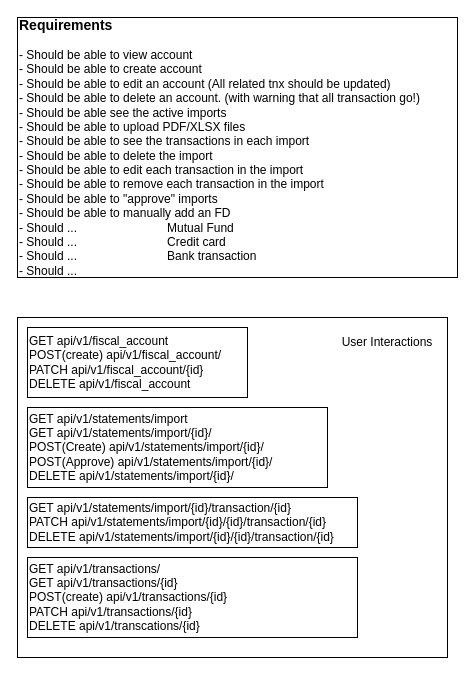
Above: docs/design/endpoints.drawio in financial-footprints/NetworthHTTP (draw.io), before the change. Source tidied: cells renumbered, new cells numbered last; positions are measured from the earlier drawing's top-left corner, leaving out a move shared by most shapes. Both pictures are drawn from the tidied source at 100%, with x=0, y=0 at pixel (17, 17).
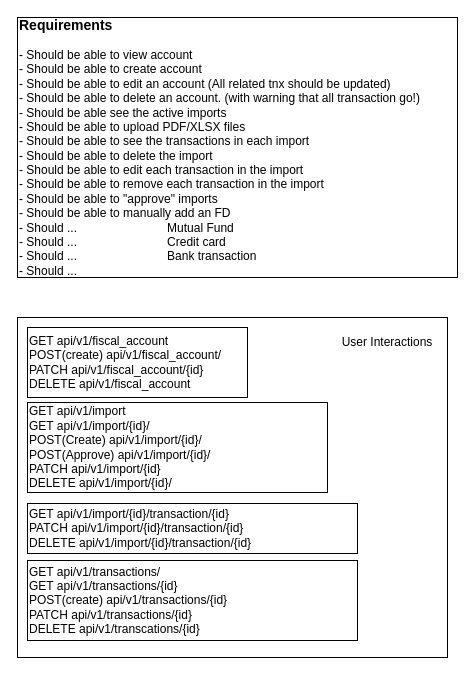
The same diagram, later.

Diff of the diagram source:
```diff
@@
 <mxGraphModel>
   <root>
     <mxCell id="0" />
     <mxCell id="1" parent="0" />
     <mxCell id="2" value="&lt;div align=&quot;left&quot;&gt;&lt;font style=&quot;font-size: 14px;&quot;&gt;&lt;b&gt;Requirements&lt;br&gt;&lt;/b&gt;&lt;/font&gt;&lt;br&gt;- Should be able to view account&lt;br&gt;- Should be able to create account&lt;br&gt;- Should be able to edit an account (All related tnx should be updated)&lt;br&gt;- Should be able to delete an account. (with warning that all transaction go!)&lt;br&gt;- Should be able see the active imports&lt;br&gt;- Should be able to upload PDF/XLSX files&lt;br&gt;- Should be able to see the transactions in each import&lt;br&gt;- Should be able to delete the import&lt;br&gt;- Should be able to edit each transaction in the import&lt;/div&gt;&lt;div align=&quot;left&quot;&gt;- Should be able to remove each transaction in the import&lt;br&gt;- Should be able to &quot;approve&quot; imports&lt;br&gt;- Should be able to manually add an FD&lt;br&gt;- Should ...&amp;nbsp;&amp;nbsp;&amp;nbsp;&amp;nbsp;&amp;nbsp;&amp;nbsp;&amp;nbsp;&amp;nbsp;&amp;nbsp;&amp;nbsp;&amp;nbsp;&amp;nbsp;&amp;nbsp;&amp;nbsp;&amp;nbsp;&amp;nbsp;&amp;nbsp;&amp;nbsp;&amp;nbsp;&amp;nbsp;&amp;nbsp;&amp;nbsp;&amp;nbsp;&amp;nbsp;&amp;nbsp;&amp;nbsp; Mutual Fund&lt;br&gt;- Should ...&amp;nbsp;&amp;nbsp;&amp;nbsp;&amp;nbsp;&amp;nbsp;&amp;nbsp;&amp;nbsp;&amp;nbsp;&amp;nbsp;&amp;nbsp;&amp;nbsp;&amp;nbsp;&amp;nbsp;&amp;nbsp;&amp;nbsp;&amp;nbsp;&amp;nbsp;&amp;nbsp;&amp;nbsp;&amp;nbsp;&amp;nbsp;&amp;nbsp;&amp;nbsp;&amp;nbsp;&amp;nbsp;&amp;nbsp; Credit card&lt;br&gt;- Should ...&amp;nbsp;&amp;nbsp;&amp;nbsp;&amp;nbsp;&amp;nbsp;&amp;nbsp;&amp;nbsp;&amp;nbsp;&amp;nbsp;&amp;nbsp;&amp;nbsp;&amp;nbsp;&amp;nbsp;&amp;nbsp;&amp;nbsp;&amp;nbsp;&amp;nbsp;&amp;nbsp;&amp;nbsp;&amp;nbsp;&amp;nbsp;&amp;nbsp;&amp;nbsp;&amp;nbsp;&amp;nbsp;&amp;nbsp; Bank transaction&lt;br&gt;- Should ...&amp;nbsp;&amp;nbsp;&amp;nbsp;&amp;nbsp;&amp;nbsp;&amp;nbsp;&amp;nbsp;&amp;nbsp;&amp;nbsp;&amp;nbsp;&amp;nbsp;&amp;nbsp;&amp;nbsp;&amp;nbsp;&amp;nbsp;&amp;nbsp;&amp;nbsp;&amp;nbsp;&amp;nbsp;&amp;nbsp;&amp;nbsp;&amp;nbsp;&amp;nbsp;&amp;nbsp;&amp;nbsp;&amp;nbsp; &lt;/div&gt;" style="rounded=0;whiteSpace=wrap;html=1;align=left;" parent="1" vertex="1">
       <mxGeometry width="440" height="260" as="geometry" />
     </mxCell>
     <mxCell id="3" style="rounded=0;whiteSpace=wrap;html=1;" parent="1" vertex="1">
       <mxGeometry y="300" width="430" height="340" as="geometry" />
     </mxCell>
     <mxCell id="4" value="&lt;div align=&quot;left&quot;&gt;GET api/v1/fiscal_account&lt;br&gt;POST(create) api/v1/fiscal_account/&lt;br&gt;PATCH api/v1/fiscal_account/{id}&lt;br&gt;DELETE api/v1/fiscal_account&lt;/div&gt;" style="rounded=0;whiteSpace=wrap;html=1;align=left;" parent="1" vertex="1">
       <mxGeometry x="10" y="310" width="220" height="70" as="geometry" />
     </mxCell>
-    <mxCell id="5" value="GET api/v1/statements/import&lt;br&gt;&lt;div align=&quot;left&quot;&gt;GET api/v1/statements/import/{id}/&lt;br&gt;POST(Create) api/v1/statements/import/{id}/&lt;br&gt;POST(Approve) api/v1/statements/import/{id}/&lt;/div&gt;DELETE api/v1/statements/import/{id}/" style="rounded=0;whiteSpace=wrap;html=1;align=left;" parent="1" vertex="1">
-      <mxGeometry x="10" y="390" width="300" height="80" as="geometry" />
+    <mxCell id="5" value="GET api/v1/import&lt;br&gt;&lt;div align=&quot;left&quot;&gt;GET api/v1/import/{id}/&lt;br&gt;POST(Create) api/v1/import/{id}/&lt;br&gt;POST(Approve) api/v1/import/{id}/&lt;br&gt;PATCH api/v1/import/{id}&lt;br&gt;&lt;/div&gt;DELETE api/v1/import/{id}/" style="rounded=0;whiteSpace=wrap;html=1;align=left;" parent="1" vertex="1">
+      <mxGeometry x="10" y="385" width="300" height="90" as="geometry" />
     </mxCell>
-    <mxCell id="6" value="&lt;div align=&quot;left&quot;&gt;GET api/v1/statements/import/{id}/transaction/{id}&lt;br&gt;&lt;/div&gt;PATCH api/v1/statements/import/{id}/{id}/transaction/{id}&lt;br&gt;DELETE api/v1/statements/import/{id}/{id}/transaction/{id}" style="rounded=0;whiteSpace=wrap;html=1;align=left;" parent="1" vertex="1">
-      <mxGeometry x="10" y="480" width="330" height="50" as="geometry" />
+    <mxCell id="6" value="&lt;div align=&quot;left&quot;&gt;GET api/v1/import/{id}/transaction/{id}&lt;br&gt;&lt;/div&gt;PATCH api/v1/import/{id}/transaction/{id}&lt;br&gt;DELETE api/v1/import/{id}/transaction/{id}" style="rounded=0;whiteSpace=wrap;html=1;align=left;" parent="1" vertex="1">
+      <mxGeometry x="10" y="486" width="330" height="50" as="geometry" />
     </mxCell>
     <mxCell id="7" value="&lt;div align=&quot;left&quot;&gt;GET api/v1/transactions/&lt;/div&gt;GET api/v1/transactions/{id}&lt;br&gt;POST(create) api/v1/transactions/{id}&lt;br&gt;PATCH api/v1/transactions/{id}&lt;div&gt;DELETE api/v1/transcations/{id}&lt;br&gt;&lt;/div&gt;" style="rounded=0;whiteSpace=wrap;html=1;align=left;" parent="1" vertex="1">
-      <mxGeometry x="10" y="540" width="330" height="80" as="geometry" />
+      <mxGeometry x="10" y="543" width="330" height="80" as="geometry" />
     </mxCell>
     <mxCell id="8" value="User Interactions" style="text;html=1;align=center;verticalAlign=middle;whiteSpace=wrap;rounded=0;" parent="1" vertex="1">
       <mxGeometry x="320" y="310" width="100" height="30" as="geometry" />
     </mxCell>
   </root>
 </mxGraphModel>
```
